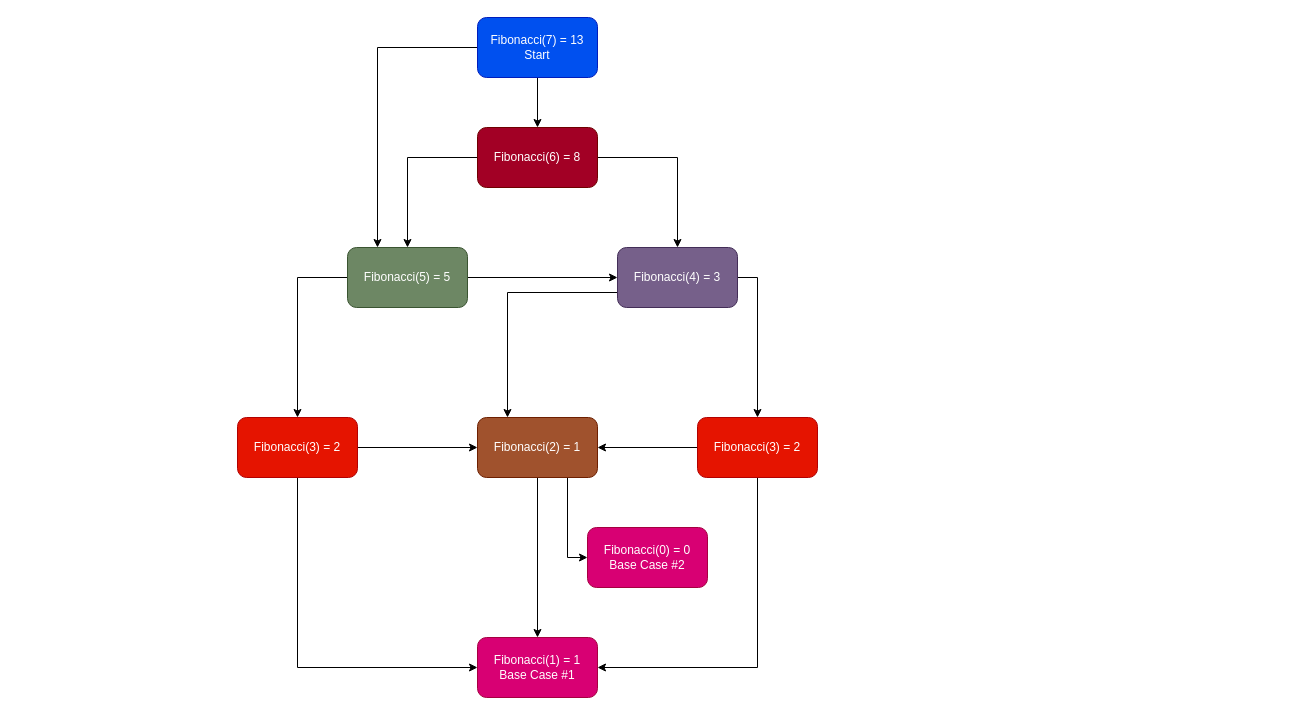
twitocode/Draw.io-Diagrams keeps this draw.io diagram as recursion-fib.drawio. Above is the earlier version. Source tidied: cells renumbered, new cells numbered last; positions are measured from the earlier drawing's top-left corner, leaving out a move shared by most shapes. Both pictures are drawn from the tidied source at 100%, with x=0, y=0 at pixel (237, 17).
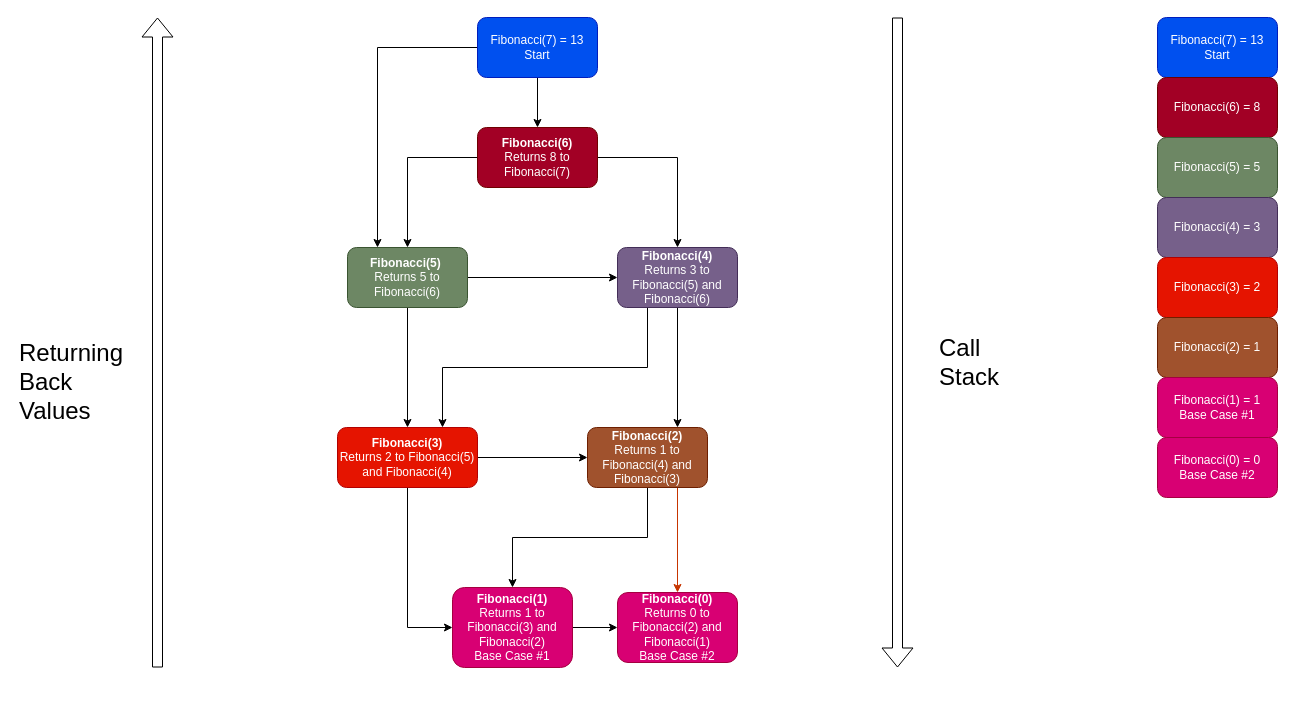
The same page after the edit.

Change to the diagram source:
```diff
@@
-    <mxCell id="7" value="Fibonacci(6) = 8" style="rounded=1;whiteSpace=wrap;html=1;fillColor=#a20025;fontColor=#ffffff;strokeColor=#6F0000;" parent="1" vertex="1">
+    <mxCell id="7" value="&lt;b&gt;Fibonacci(6)&lt;/b&gt;&lt;div&gt;Returns 8 to Fibonacci(7)&lt;/div&gt;" style="rounded=1;whiteSpace=wrap;html=1;fillColor=#a20025;fontColor=#ffffff;strokeColor=#6F0000;" parent="1" vertex="1">
       <mxGeometry x="240" y="110" width="120" height="60" as="geometry" />
     </mxCell>
+    <mxCell id="9" style="edgeStyle=orthogonalEdgeStyle;rounded=0;jettySize=auto;html=1;entryX=0;entryY=0.5;entryDx=0;entryDy=0;" parent="1" edge="1" source="10" target="13">
+      <mxGeometry relative="1" as="geometry" />
+    </mxCell>
-    <mxCell id="8" style="edgeStyle=orthogonalEdgeStyle;rounded=0;jettySize=auto;html=1;entryX=0.5;entryY=0;entryDx=0;entryDy=0;exitX=0;exitY=0.5;exitDx=0;exitDy=0;" parent="1" edge="1" source="10" target="16">
+    <mxCell id="8" style="edgeStyle=orthogonalEdgeStyle;rounded=0;jettySize=auto;html=1;" parent="1" edge="1" source="10" target="16">
       <mxGeometry relative="1" as="geometry" />
     </mxCell>
-    <mxCell id="9" style="edgeStyle=orthogonalEdgeStyle;rounded=0;jettySize=auto;html=1;entryX=0;entryY=0.5;entryDx=0;entryDy=0;" parent="1" edge="1" source="10" target="13">
-      <mxGeometry relative="1" as="geometry" />
-    </mxCell>
-    <mxCell id="10" value="Fibonacci(5) = 5" style="rounded=1;whiteSpace=wrap;html=1;fillColor=#6d8764;fontColor=#ffffff;strokeColor=#3A5431;" parent="1" vertex="1">
+    <mxCell id="10" value="&lt;b&gt;Fibonacci(5)&amp;nbsp;&lt;/b&gt;&lt;div&gt;Returns 5 to Fibonacci(6)&lt;/div&gt;" style="rounded=1;whiteSpace=wrap;html=1;fillColor=#6d8764;fontColor=#ffffff;strokeColor=#3A5431;" parent="1" vertex="1">
       <mxGeometry x="110" y="230" width="120" height="60" as="geometry" />
     </mxCell>
-    <mxCell id="11" style="edgeStyle=orthogonalEdgeStyle;rounded=0;jettySize=auto;html=1;exitX=1;exitY=0.5;exitDx=0;exitDy=0;entryX=0.5;entryY=0;entryDx=0;entryDy=0;" parent="1" edge="1" source="13" target="19">
-      <mxGeometry relative="1" as="geometry" />
-    </mxCell>
+    <mxCell id="25" style="edgeStyle=orthogonalEdgeStyle;rounded=0;jettySize=auto;html=1;exitX=0.25;exitY=1;exitDx=0;exitDy=0;entryX=0.75;entryY=0;entryDx=0;entryDy=0;" parent="1" edge="1" source="13" target="16">
+      <mxGeometry relative="1" as="geometry" />
+    </mxCell>
-    <mxCell id="12" style="edgeStyle=orthogonalEdgeStyle;rounded=0;jettySize=auto;html=1;exitX=0;exitY=0.75;exitDx=0;exitDy=0;entryX=0.25;entryY=0;entryDx=0;entryDy=0;" parent="1" edge="1" source="13" target="22">
+    <mxCell id="12" style="edgeStyle=orthogonalEdgeStyle;rounded=0;jettySize=auto;html=1;exitX=0.5;exitY=1;exitDx=0;exitDy=0;entryX=0.75;entryY=0;entryDx=0;entryDy=0;" parent="1" edge="1" source="13" target="22">
       <mxGeometry relative="1" as="geometry" />
     </mxCell>
-    <mxCell id="13" value="Fibonacci(4) = 3" style="rounded=1;whiteSpace=wrap;html=1;fillColor=#76608a;fontColor=#ffffff;strokeColor=#432D57;" parent="1" vertex="1">
+    <mxCell id="13" value="&lt;b&gt;Fibonacci(4)&lt;/b&gt;&lt;div&gt;Returns 3 to Fibonacci(5) and Fibonacci(6)&lt;/div&gt;" style="rounded=1;whiteSpace=wrap;html=1;fillColor=#76608a;fontColor=#ffffff;strokeColor=#432D57;" parent="1" vertex="1">
       <mxGeometry x="380" y="230" width="120" height="60" as="geometry" />
     </mxCell>
@@
-    <mxCell id="16" value="Fibonacci(3) = 2" style="rounded=1;whiteSpace=wrap;html=1;fillColor=#e51400;fontColor=#ffffff;strokeColor=#B20000;" parent="1" vertex="1">
-      <mxGeometry y="400" width="120" height="60" as="geometry" />
+    <mxCell id="16" value="&lt;b&gt;Fibonacci(3)&lt;/b&gt;&lt;div&gt;Returns 2 to Fibonacci(5) and Fibonacci(4)&lt;/div&gt;" style="rounded=1;whiteSpace=wrap;html=1;fillColor=#e51400;fontColor=#ffffff;strokeColor=#B20000;" parent="1" vertex="1">
+      <mxGeometry x="100" y="410" width="140" height="60" as="geometry" />
     </mxCell>
-    <mxCell id="17" style="edgeStyle=orthogonalEdgeStyle;rounded=0;jettySize=auto;html=1;exitX=0;exitY=0.5;exitDx=0;exitDy=0;" parent="1" edge="1" source="19" target="22">
-      <mxGeometry relative="1" as="geometry" />
-    </mxCell>
-    <mxCell id="18" style="edgeStyle=orthogonalEdgeStyle;rounded=0;jettySize=auto;html=1;exitX=0.5;exitY=1;exitDx=0;exitDy=0;entryX=1;entryY=0.5;entryDx=0;entryDy=0;" parent="1" edge="1" source="19" target="23">
-      <mxGeometry relative="1" as="geometry" />
-    </mxCell>
-    <mxCell id="19" value="Fibonacci(3) = 2" style="rounded=1;whiteSpace=wrap;html=1;fillColor=#e51400;fontColor=#ffffff;strokeColor=#B20000;" parent="1" vertex="1">
-      <mxGeometry x="460" y="400" width="120" height="60" as="geometry" />
-    </mxCell>
@@
-    <mxCell id="21" style="edgeStyle=orthogonalEdgeStyle;rounded=0;jettySize=auto;html=1;exitX=0.75;exitY=1;exitDx=0;exitDy=0;entryX=0;entryY=0.5;entryDx=0;entryDy=0;" parent="1" edge="1" source="22" target="24">
+    <mxCell id="21" style="edgeStyle=orthogonalEdgeStyle;rounded=0;jettySize=auto;html=1;exitX=0.75;exitY=1;exitDx=0;exitDy=0;fillColor=#fa6800;strokeColor=#C73500;" parent="1" edge="1" source="22" target="24">
       <mxGeometry relative="1" as="geometry" />
     </mxCell>
-    <mxCell id="22" value="Fibonacci(2) = 1" style="rounded=1;whiteSpace=wrap;html=1;fillColor=#a0522d;fontColor=#ffffff;strokeColor=#6D1F00;" parent="1" vertex="1">
-      <mxGeometry x="240" y="400" width="120" height="60" as="geometry" />
+    <mxCell id="22" value="&lt;b&gt;Fibonacci(2)&lt;/b&gt;&lt;div&gt;Returns 1 to Fibonacci(4) and Fibonacci(3)&lt;/div&gt;" style="rounded=1;whiteSpace=wrap;html=1;fillColor=#a0522d;fontColor=#ffffff;strokeColor=#6D1F00;" parent="1" vertex="1">
+      <mxGeometry x="350" y="410" width="120" height="60" as="geometry" />
     </mxCell>
+    <mxCell id="26" style="edgeStyle=orthogonalEdgeStyle;rounded=0;jettySize=auto;html=1;" parent="1" edge="1" source="23" target="24">
+      <mxGeometry relative="1" as="geometry" />
+    </mxCell>
-    <mxCell id="23" value="Fibonacci(1) = 1&lt;div&gt;Base Case #1&lt;/div&gt;" style="rounded=1;whiteSpace=wrap;html=1;fillColor=#d80073;fontColor=#ffffff;strokeColor=#A50040;" parent="1" vertex="1">
-      <mxGeometry x="240" y="620" width="120" height="60" as="geometry" />
+    <mxCell id="23" value="&lt;b&gt;Fibonacci(1)&lt;/b&gt;&lt;div&gt;Returns 1 to Fibonacci(3) and Fibonacci(2)&lt;br&gt;&lt;div&gt;Base Case #1&lt;/div&gt;&lt;/div&gt;" style="rounded=1;whiteSpace=wrap;html=1;fillColor=#d80073;fontColor=#ffffff;strokeColor=#A50040;" parent="1" vertex="1">
+      <mxGeometry x="215" y="570" width="120" height="80" as="geometry" />
     </mxCell>
-    <mxCell id="24" value="Fibonacci(0) = 0&lt;div&gt;Base Case #2&lt;/div&gt;" style="rounded=1;whiteSpace=wrap;html=1;fillColor=#d80073;fontColor=#ffffff;strokeColor=#A50040;" parent="1" vertex="1">
-      <mxGeometry x="350" y="510" width="120" height="60" as="geometry" />
+    <mxCell id="24" value="&lt;b&gt;Fibonacci(0)&lt;/b&gt;&lt;div&gt;Returns 0 to Fibonacci(2) and Fibonacci(1)&lt;br&gt;&lt;div&gt;Base Case #2&lt;/div&gt;&lt;/div&gt;" style="rounded=1;whiteSpace=wrap;html=1;fillColor=#d80073;fontColor=#ffffff;strokeColor=#A50040;" parent="1" vertex="1">
+      <mxGeometry x="380" y="575" width="120" height="70" as="geometry" />
     </mxCell>
+    <mxCell id="27" value="Fibonacci(7) = 13&lt;div&gt;Start&lt;/div&gt;" style="rounded=1;whiteSpace=wrap;html=1;fillColor=#0050ef;fontColor=#ffffff;strokeColor=#001DBC;" parent="1" vertex="1">
+      <mxGeometry x="920" width="120" height="60" as="geometry" />
+    </mxCell>
+    <mxCell id="28" value="Fibonacci(6) = 8" style="rounded=1;whiteSpace=wrap;html=1;fillColor=#a20025;fontColor=#ffffff;strokeColor=#6F0000;" parent="1" vertex="1">
+      <mxGeometry x="920" y="60" width="120" height="60" as="geometry" />
+    </mxCell>
+    <mxCell id="29" value="Fibonacci(5) = 5" style="rounded=1;whiteSpace=wrap;html=1;fillColor=#6d8764;fontColor=#ffffff;strokeColor=#3A5431;" parent="1" vertex="1">
+      <mxGeometry x="920" y="120" width="120" height="60" as="geometry" />
+    </mxCell>
+    <mxCell id="30" value="Fibonacci(4) = 3" style="rounded=1;whiteSpace=wrap;html=1;fillColor=#76608a;fontColor=#ffffff;strokeColor=#432D57;" parent="1" vertex="1">
+      <mxGeometry x="920" y="180" width="120" height="60" as="geometry" />
+    </mxCell>
+    <mxCell id="19" value="Fibonacci(3) = 2" style="rounded=1;whiteSpace=wrap;html=1;fillColor=#e51400;fontColor=#ffffff;strokeColor=#B20000;" parent="1" vertex="1">
+      <mxGeometry x="920" y="240" width="120" height="60" as="geometry" />
+    </mxCell>
+    <mxCell id="31" value="Fibonacci(2) = 1" style="rounded=1;whiteSpace=wrap;html=1;fillColor=#a0522d;fontColor=#ffffff;strokeColor=#6D1F00;" parent="1" vertex="1">
+      <mxGeometry x="920" y="300" width="120" height="60" as="geometry" />
+    </mxCell>
+    <mxCell id="32" value="Fibonacci(0) = 0&lt;div&gt;Base Case #2&lt;/div&gt;" style="rounded=1;whiteSpace=wrap;html=1;fillColor=#d80073;fontColor=#ffffff;strokeColor=#A50040;" parent="1" vertex="1">
+      <mxGeometry x="920" y="420" width="120" height="60" as="geometry" />
+    </mxCell>
+    <mxCell id="33" value="Fibonacci(1) = 1&lt;div&gt;Base Case #1&lt;/div&gt;" style="rounded=1;whiteSpace=wrap;html=1;fillColor=#d80073;fontColor=#ffffff;strokeColor=#A50040;" parent="1" vertex="1">
+      <mxGeometry x="920" y="360" width="120" height="60" as="geometry" />
+    </mxCell>
+    <mxCell id="34" style="shape=flexArrow;endArrow=classic;html=1;rounded=0;" parent="1" edge="1">
+      <mxGeometry relative="1" as="geometry">
+        <mxPoint x="-80" y="650" as="sourcePoint" />
+        <mxPoint x="-80" as="targetPoint" />
+      </mxGeometry>
+    </mxCell>
+    <mxCell id="35" style="shape=flexArrow;endArrow=classic;html=1;rounded=0;" parent="1" edge="1">
+      <mxGeometry relative="1" as="geometry">
+        <mxPoint x="660" as="sourcePoint" />
+        <mxPoint x="660" y="650" as="targetPoint" />
+      </mxGeometry>
+    </mxCell>
+    <mxCell id="36" value="Call Stack" style="text;html=1;align=left;verticalAlign=middle;whiteSpace=wrap;rounded=0;fontSize=24;labelPosition=center;verticalLabelPosition=middle;" parent="1" vertex="1">
+      <mxGeometry x="700" y="330" width="60" height="30" as="geometry" />
+    </mxCell>
+    <mxCell id="37" value="Returning Back Values" style="text;html=1;align=left;verticalAlign=middle;whiteSpace=wrap;rounded=0;fontSize=24;labelPosition=center;verticalLabelPosition=middle;" parent="1" vertex="1">
+      <mxGeometry x="-220" y="350" width="120" height="30" as="geometry" />
+    </mxCell>
```
